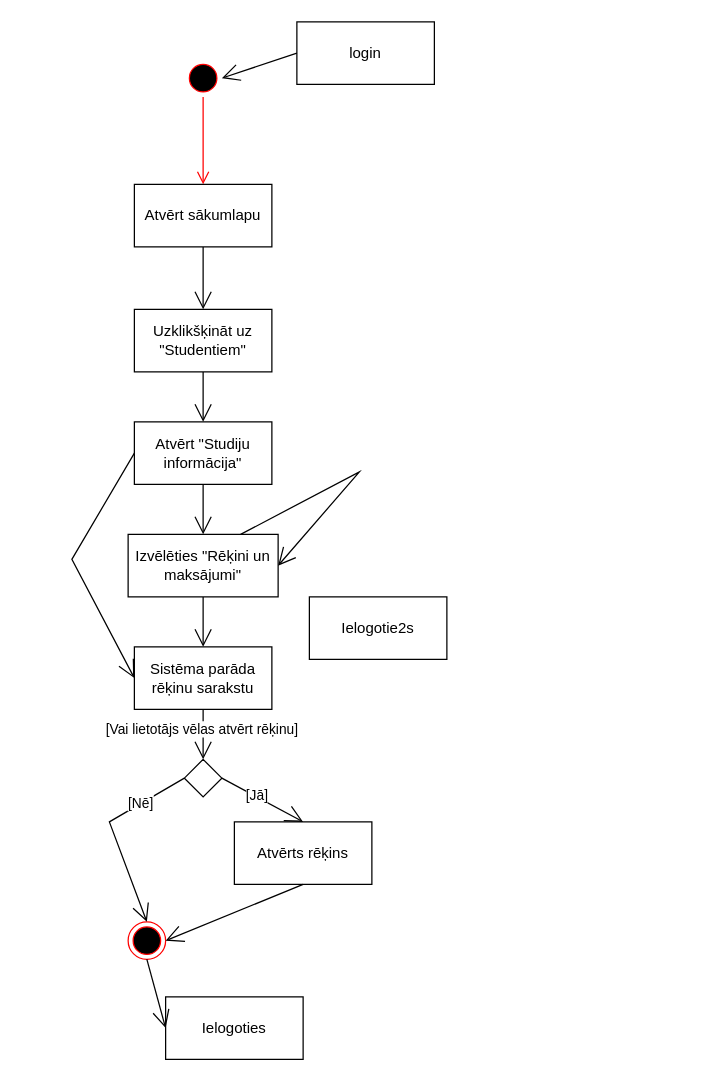
This is Bakalaurs/invalid.drawio from DRSimane/Bakalaurs, a draw.io file, before an edit. Source tidied: cells renumbered, new cells numbered last; positions are measured from the earlier drawing's top-left corner, leaving out a move shared by most shapes. Both pictures are drawn from the tidied source at 125%, with x=0, y=0 at pixel (71, 21).
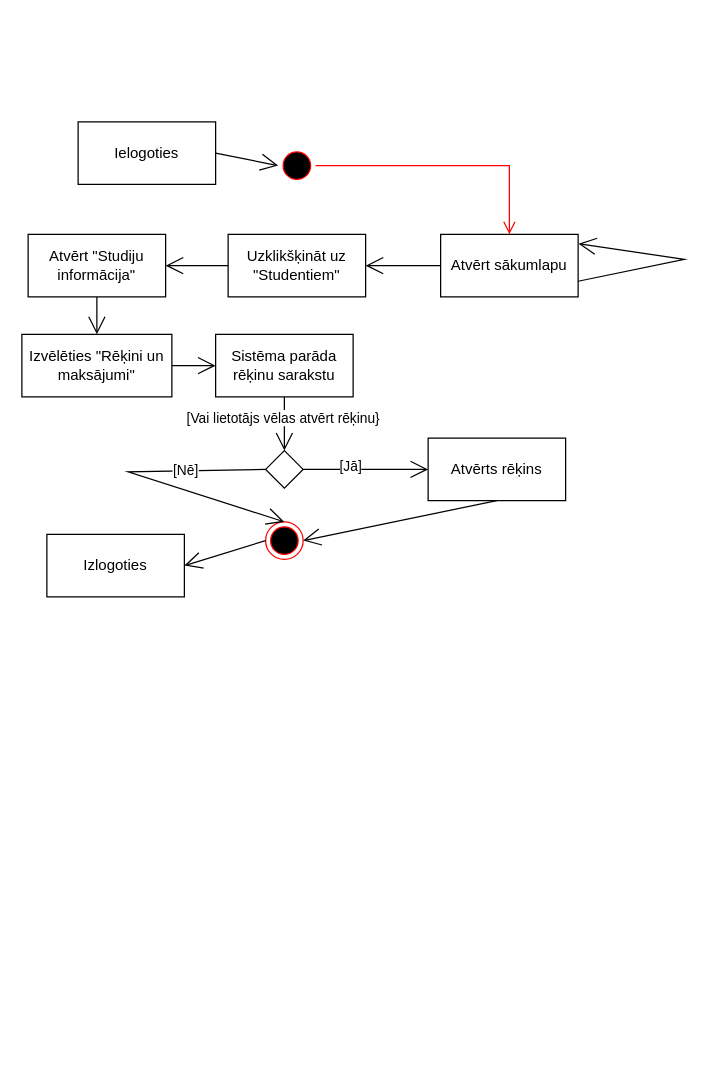
Above is the later version.

Diff of the diagram source:
```diff
@@
-    <mxCell id="2" style="ellipse;html=1;shape=startState;fillColor=#000000;strokeColor=#ff0000;" parent="1" vertex="1">
-      <mxGeometry x="90" y="30" width="30" height="30" as="geometry" />
-    </mxCell>
-    <mxCell id="3" style="edgeStyle=orthogonalEdgeStyle;html=1;verticalAlign=bottom;endArrow=open;endSize=8;strokeColor=#ff0000;rounded=0;entryX=0.5;entryY=0;entryDx=0;entryDy=0;" parent="1" edge="1" source="2" target="4">
-      <mxGeometry relative="1" as="geometry" />
-    </mxCell>
+    <mxCell id="28" value="Ielogoties" style="html=1;whiteSpace=wrap;" parent="1" vertex="1">
+      <mxGeometry x="5" y="80" width="110" height="50" as="geometry" />
+    </mxCell>
+    <mxCell id="29" style="endArrow=open;endFill=1;endSize=12;html=1;rounded=0;exitX=1;exitY=0.5;exitDx=0;exitDy=0;entryX=0;entryY=0.5;entryDx=0;entryDy=0;" parent="1" edge="1" source="28" target="30">
+      <mxGeometry relative="1" as="geometry" />
+    </mxCell>
+    <mxCell id="30" style="ellipse;html=1;shape=startState;fillColor=#000000;strokeColor=#ff0000;" parent="1" vertex="1">
+      <mxGeometry x="165" y="100" width="30" height="30" as="geometry" />
+    </mxCell>
+    <mxCell id="31" style="edgeStyle=orthogonalEdgeStyle;html=1;verticalAlign=bottom;endArrow=open;endSize=8;strokeColor=#ff0000;rounded=0;entryX=0.5;entryY=0;entryDx=0;entryDy=0;" parent="1" edge="1" source="30" target="4">
+      <mxGeometry relative="1" as="geometry" />
+    </mxCell>
     <mxCell id="4" value="Atvērt sākumlapu" style="html=1;whiteSpace=wrap;" parent="1" vertex="1">
-      <mxGeometry x="50" y="130" width="110" height="50" as="geometry" />
+      <mxGeometry x="295" y="170" width="110" height="50" as="geometry" />
     </mxCell>
-    <mxCell id="5" style="rhombus;" parent="1" vertex="1">
-      <mxGeometry x="90" y="590" width="30" height="30" as="geometry" />
-    </mxCell>
+    <mxCell id="32" style="rhombus;" parent="1" vertex="1">
+      <mxGeometry x="155" y="343" width="30" height="30" as="geometry" />
+    </mxCell>
     <mxCell id="6" value="Uzklikšķināt uz &quot;Studentiem&quot;" style="html=1;whiteSpace=wrap;" parent="1" vertex="1">
-      <mxGeometry x="50" y="230" width="110" height="50" as="geometry" />
+      <mxGeometry x="125" y="170" width="110" height="50" as="geometry" />
     </mxCell>
-    <mxCell id="7" style="endArrow=open;endFill=1;endSize=12;html=1;rounded=0;exitX=0.5;exitY=1;exitDx=0;exitDy=0;" parent="1" edge="1" source="4" target="6">
+    <mxCell id="7" style="endArrow=open;endFill=1;endSize=12;html=1;rounded=0;exitX=0;exitY=0.5;exitDx=0;exitDy=0;entryX=1;entryY=0.5;entryDx=0;entryDy=0;" parent="1" edge="1" source="4" target="6">
       <mxGeometry relative="1" as="geometry" />
     </mxCell>
     <mxCell id="8" value="Atvērt &quot;Studiju informācija&quot;" style="html=1;whiteSpace=wrap;" parent="1" vertex="1">
-      <mxGeometry x="50" y="320" width="110" height="50" as="geometry" />
+      <mxGeometry x="-35" y="170" width="110" height="50" as="geometry" />
     </mxCell>
     <mxCell id="9" value="Izvēlēties &quot;Rēķini un maksājumi&quot;" style="html=1;whiteSpace=wrap;" parent="1" vertex="1">
-      <mxGeometry x="45" y="410" width="120" height="50" as="geometry" />
+      <mxGeometry x="-40" y="250" width="120" height="50" as="geometry" />
     </mxCell>
-    <mxCell id="10" style="endArrow=open;endFill=1;endSize=12;html=1;rounded=0;exitX=0.5;exitY=1;exitDx=0;exitDy=0;entryX=0.5;entryY=0;entryDx=0;entryDy=0;" parent="1" edge="1" source="6" target="8">
+    <mxCell id="10" style="endArrow=open;endFill=1;endSize=12;html=1;rounded=0;exitX=0;exitY=0.5;exitDx=0;exitDy=0;entryX=1;entryY=0.5;entryDx=0;entryDy=0;" parent="1" edge="1" source="6" target="8">
       <mxGeometry relative="1" as="geometry" />
     </mxCell>
@@
     <mxCell id="12" value="Sistēma parāda rēķinu sarakstu" style="html=1;whiteSpace=wrap;" parent="1" vertex="1">
-      <mxGeometry x="50" y="500" width="110" height="50" as="geometry" />
+      <mxGeometry x="115" y="250" width="110" height="50" as="geometry" />
     </mxCell>
-    <mxCell id="13" style="endArrow=open;endFill=1;endSize=12;html=1;rounded=0;exitX=0.5;exitY=1;exitDx=0;exitDy=0;entryX=0.5;entryY=0;entryDx=0;entryDy=0;" parent="1" edge="1" source="9" target="12">
+    <mxCell id="13" style="endArrow=open;endFill=1;endSize=12;html=1;rounded=0;entryX=0;entryY=0.5;entryDx=0;entryDy=0;exitX=1;exitY=0.5;exitDx=0;exitDy=0;" parent="1" edge="1" source="9" target="12">
       <mxGeometry relative="1" as="geometry" />
     </mxCell>
-    <mxCell id="14" style="endArrow=open;endFill=1;endSize=12;html=1;rounded=0;exitX=0.5;exitY=1;exitDx=0;exitDy=0;" parent="1" edge="1" source="12" target="5">
-      <mxGeometry relative="1" as="geometry" />
-    </mxCell>
-    <mxCell id="15" value="[Vai lietotājs vēlas atvērt rēķinu]" style="edgeLabel;html=1;align=center;verticalAlign=middle;" parent="14" vertex="1">
-      <mxGeometry x="-0.27" y="-2" relative="1" as="geometry" />
-    </mxCell>
+    <mxCell id="33" style="endArrow=open;endFill=1;endSize=12;html=1;rounded=0;exitX=0.5;exitY=1;exitDx=0;exitDy=0;" parent="1" edge="1" source="12" target="32">
+      <mxGeometry relative="1" as="geometry" />
+    </mxCell>
+    <mxCell id="34" value="[Vai lietotājs vēlas atvērt rēķinu}" style="edgeLabel;html=1;align=center;verticalAlign=middle;" parent="33" vertex="1">
+      <mxGeometry x="-0.27" y="-2" relative="1" as="geometry" />
+    </mxCell>
     <mxCell id="16" value="Atvērts rēķins" style="html=1;whiteSpace=wrap;" parent="1" vertex="1">
-      <mxGeometry x="130" y="640" width="110" height="50" as="geometry" />
+      <mxGeometry x="285" y="333" width="110" height="50" as="geometry" />
     </mxCell>
-    <mxCell id="17" style="endArrow=open;endFill=1;endSize=12;html=1;rounded=0;exitX=1;exitY=0.5;exitDx=0;exitDy=0;entryX=0.5;entryY=0;entryDx=0;entryDy=0;" parent="1" edge="1" source="5" target="16">
-      <mxGeometry relative="1" as="geometry" />
-    </mxCell>
+    <mxCell id="35" style="endArrow=open;endFill=1;endSize=12;html=1;rounded=0;exitX=1;exitY=0.5;exitDx=0;exitDy=0;entryX=0;entryY=0.5;entryDx=0;entryDy=0;" parent="1" edge="1" source="32" target="16">
+      <mxGeometry relative="1" as="geometry" />
+    </mxCell>
-    <mxCell id="18" value="[Jā]" style="edgeLabel;html=1;align=center;verticalAlign=middle;" parent="17" vertex="1">
-      <mxGeometry x="-0.15" y="1" relative="1" as="geometry" />
+    <mxCell id="18" value="[Jā]" style="edgeLabel;html=1;align=center;verticalAlign=middle;" parent="35" vertex="1">
+      <mxGeometry x="-0.26" y="3" relative="1" as="geometry" />
     </mxCell>
-    <mxCell id="19" style="ellipse;html=1;shape=endState;fillColor=#000000;strokeColor=#ff0000;" parent="1" vertex="1">
-      <mxGeometry x="45" y="720" width="30" height="30" as="geometry" />
-    </mxCell>
-    <mxCell id="20" style="endArrow=open;endFill=1;endSize=12;html=1;rounded=0;exitX=0;exitY=0.5;exitDx=0;exitDy=0;entryX=0.5;entryY=0;entryDx=0;entryDy=0;" parent="1" edge="1" source="5" target="19">
-      <mxGeometry relative="1" as="geometry">
-        <Array as="points">
-          <mxPoint x="30" y="640" />
-        </Array>
-      </mxGeometry>
-    </mxCell>
+    <mxCell id="36" style="ellipse;html=1;shape=endState;fillColor=#000000;strokeColor=#ff0000;" parent="1" vertex="1">
+      <mxGeometry x="155" y="400" width="30" height="30" as="geometry" />
+    </mxCell>
+    <mxCell id="37" style="endArrow=open;endFill=1;endSize=12;html=1;rounded=0;exitX=0;exitY=0.5;exitDx=0;exitDy=0;entryX=0.5;entryY=0;entryDx=0;entryDy=0;" parent="1" edge="1" source="32" target="36">
+      <mxGeometry relative="1" as="geometry">
+        <Array as="points">
+          <mxPoint x="45" y="360" />
+        </Array>
+      </mxGeometry>
+    </mxCell>
-    <mxCell id="21" value="[Nē]" style="edgeLabel;html=1;align=center;verticalAlign=middle;" parent="20" vertex="1">
+    <mxCell id="21" value="[Nē]" style="edgeLabel;html=1;align=center;verticalAlign=middle;" parent="37" vertex="1">
       <mxGeometry x="-0.47" y="-1" relative="1" as="geometry" />
     </mxCell>
-    <mxCell id="22" style="endArrow=open;endFill=1;endSize=12;html=1;rounded=0;exitX=0.5;exitY=1;exitDx=0;exitDy=0;entryX=1;entryY=0.5;entryDx=0;entryDy=0;" parent="1" edge="1" source="16" target="19">
-      <mxGeometry relative="1" as="geometry" />
-    </mxCell>
-    <mxCell id="23" style="endArrow=open;endFill=1;endSize=12;html=1;rounded=0;exitX=0;exitY=0.5;exitDx=0;exitDy=0;entryX=0;entryY=0.5;entryDx=0;entryDy=0;" parent="1" edge="1" source="8" target="12">
-      <mxGeometry relative="1" as="geometry">
-        <Array as="points">
-          <mxPoint y="430" />
-        </Array>
-      </mxGeometry>
-    </mxCell>
-    <mxCell id="24" style="endArrow=open;endFill=1;endSize=12;html=1;rounded=0;exitX=0.75;exitY=0;exitDx=0;exitDy=0;entryX=1;entryY=0.5;entryDx=0;entryDy=0;" parent="1" edge="1" source="9" target="9">
-      <mxGeometry relative="1" as="geometry">
-        <Array as="points">
-          <mxPoint x="230" y="360" />
-        </Array>
-      </mxGeometry>
-    </mxCell>
-    <mxCell id="25" value="Ielogoties" style="html=1;whiteSpace=wrap;" parent="1" vertex="1">
-      <mxGeometry x="75" y="780" width="110" height="50" as="geometry" />
-    </mxCell>
-    <mxCell id="26" style="endArrow=open;endFill=1;endSize=12;html=1;rounded=0;exitX=0.5;exitY=1;exitDx=0;exitDy=0;entryX=0;entryY=0.5;entryDx=0;entryDy=0;" parent="1" edge="1" source="19" target="25">
-      <mxGeometry relative="1" as="geometry" />
-    </mxCell>
-    <mxCell id="27" value="Ielogotie2s" style="html=1;whiteSpace=wrap;" parent="1" vertex="1">
-      <mxGeometry x="190" y="460" width="110" height="50" as="geometry" />
-    </mxCell>
-    <mxCell id="28" value="login" style="html=1;whiteSpace=wrap;" parent="1" vertex="1">
-      <mxGeometry x="180" width="110" height="50" as="geometry" />
-    </mxCell>
-    <mxCell id="29" style="endArrow=open;endFill=1;endSize=12;html=1;rounded=0;exitX=0;exitY=0.5;exitDx=0;exitDy=0;entryX=1;entryY=0.5;entryDx=0;entryDy=0;" parent="1" edge="1" source="28" target="2">
-      <mxGeometry relative="1" as="geometry" />
-    </mxCell>
+    <mxCell id="38" style="endArrow=open;endFill=1;endSize=12;html=1;rounded=0;exitX=0.5;exitY=1;exitDx=0;exitDy=0;entryX=1;entryY=0.5;entryDx=0;entryDy=0;" parent="1" edge="1" source="16" target="36">
+      <mxGeometry relative="1" as="geometry" />
+    </mxCell>
+    <mxCell id="39" style="endArrow=open;endFill=1;endSize=12;html=1;rounded=0;exitX=1;exitY=0.75;exitDx=0;exitDy=0;entryX=1.003;entryY=0.149;entryDx=0;entryDy=0;entryPerimeter=0;" parent="1" edge="1" source="4" target="4">
+      <mxGeometry relative="1" as="geometry">
+        <Array as="points">
+          <mxPoint x="490" y="190" />
+        </Array>
+      </mxGeometry>
+    </mxCell>
+    <mxCell id="40" value="Izlogoties" style="html=1;whiteSpace=wrap;" parent="1" vertex="1">
+      <mxGeometry x="-20" y="410" width="110" height="50" as="geometry" />
+    </mxCell>
+    <mxCell id="41" style="endArrow=open;endFill=1;endSize=12;html=1;rounded=0;exitX=0;exitY=0.5;exitDx=0;exitDy=0;entryX=1;entryY=0.5;entryDx=0;entryDy=0;" parent="1" edge="1" source="36" target="40">
+      <mxGeometry relative="1" as="geometry" />
+    </mxCell>
```
